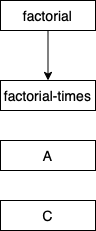
Earlier version of the draw.io export src/img/block-diagrams/HIPO_1.1.png (ElizabethKorzhova/FunctionalProgramming). Source tidied: cells renumbered, new cells last; positions are measured from the earlier drawing's top-left corner, leaving out a move shared by most shapes.
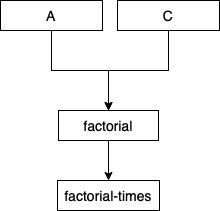
Later version of the same file.

Commit message:
replaced some HIPO

What changed in the source:
```diff
@@ -2,20 +2,31 @@
   <root>
     <mxCell id="0" />
     <mxCell id="1" parent="0" />
-    <mxCell id="2" style="edgeStyle=orthogonalEdgeStyle;rounded=0;jettySize=auto;html=1;" parent="1" edge="1" source="3" target="4">
-      <mxGeometry relative="1" as="geometry" />
-    </mxCell>
+    <mxCell id="7" style="edgeStyle=orthogonalEdgeStyle;rounded=0;jettySize=auto;html=1;" parent="1" edge="1" source="4" target="3">
+      <mxGeometry relative="1" as="geometry" />
+    </mxCell>
+    <mxCell id="4" value="&lt;span style=&quot;font-family: , &amp;#34;menlo&amp;#34; , &amp;#34;monaco&amp;#34; , &amp;#34;consolas&amp;#34; , &amp;#34;courier new&amp;#34; , monospace ; font-size: 14px ; text-align: justify ; background-color: rgb(255 , 255 , 255)&quot;&gt;A&lt;/span&gt;" style="rounded=0;whiteSpace=wrap;html=1;" parent="1" vertex="1">
+      <mxGeometry x="-55" y="-30" width="102" height="30" as="geometry" />
+    </mxCell>
+    <mxCell id="8" value="&lt;span style=&quot;font-size: 14px ; text-align: justify ; background-color: rgb(255 , 255 , 255)&quot;&gt;factorial-times&lt;/span&gt;" style="rounded=0;whiteSpace=wrap;html=1;" parent="1" vertex="1">
+      <mxGeometry x="2" y="150" width="102" height="30" as="geometry" />
+    </mxCell>
+    <mxCell id="9" style="edgeStyle=orthogonalEdgeStyle;rounded=0;jettySize=auto;html=1;" parent="1" edge="1" source="6" target="3">
+      <mxGeometry relative="1" as="geometry" />
+    </mxCell>
+    <mxCell id="6" value="&lt;span style=&quot;font-family: , &amp;#34;menlo&amp;#34; , &amp;#34;monaco&amp;#34; , &amp;#34;consolas&amp;#34; , &amp;#34;courier new&amp;#34; , monospace ; font-size: 14px ; text-align: justify ; background-color: rgb(255 , 255 , 255)&quot;&gt;C&lt;/span&gt;" style="rounded=0;whiteSpace=wrap;html=1;" parent="1" vertex="1">
+      <mxGeometry x="62" y="-30" width="102" height="30" as="geometry" />
+    </mxCell>
+    <mxCell id="10" style="edgeStyle=orthogonalEdgeStyle;rounded=0;jettySize=auto;html=1;" parent="1" edge="1" source="3" target="8">
+      <mxGeometry relative="1" as="geometry">
+        <Array as="points">
+          <mxPoint x="53" y="130" />
+          <mxPoint x="53" y="130" />
+        </Array>
+      </mxGeometry>
+    </mxCell>
     <mxCell id="3" value="&lt;span style=&quot;font-size: 14px ; text-align: justify ; background-color: rgb(255 , 255 , 255)&quot;&gt;factorial&lt;/span&gt;" style="rounded=0;whiteSpace=wrap;html=1;" parent="1" vertex="1">
-      <mxGeometry width="95" height="30" as="geometry" />
+      <mxGeometry x="3" y="80" width="100" height="30" as="geometry" />
     </mxCell>
-    <mxCell id="4" value="&lt;span style=&quot;font-family: , &amp;#34;menlo&amp;#34; , &amp;#34;monaco&amp;#34; , &amp;#34;consolas&amp;#34; , &amp;#34;courier new&amp;#34; , monospace ; font-size: 14px ; text-align: justify ; background-color: rgb(255 , 255 , 255)&quot;&gt;factorial-times&lt;/span&gt;" style="rounded=0;whiteSpace=wrap;html=1;" parent="1" vertex="1">
-      <mxGeometry y="80" width="95" height="30" as="geometry" />
-    </mxCell>
-    <mxCell id="5" value="&lt;div style=&quot;text-align: justify&quot;&gt;&lt;span style=&quot;font-size: 14px ; background-color: rgb(255 , 255 , 255)&quot;&gt;A&lt;/span&gt;&lt;/div&gt;" style="rounded=0;whiteSpace=wrap;html=1;" parent="1" vertex="1">
-      <mxGeometry y="140" width="95" height="30" as="geometry" />
-    </mxCell>
-    <mxCell id="6" value="&lt;span style=&quot;font-size: 14px ; text-align: justify ; background-color: rgb(255 , 255 , 255)&quot;&gt;C&lt;/span&gt;" style="rounded=0;whiteSpace=wrap;html=1;" parent="1" vertex="1">
-      <mxGeometry y="200" width="95" height="30" as="geometry" />
-    </mxCell>
   </root>
 </mxGraphModel>
```
